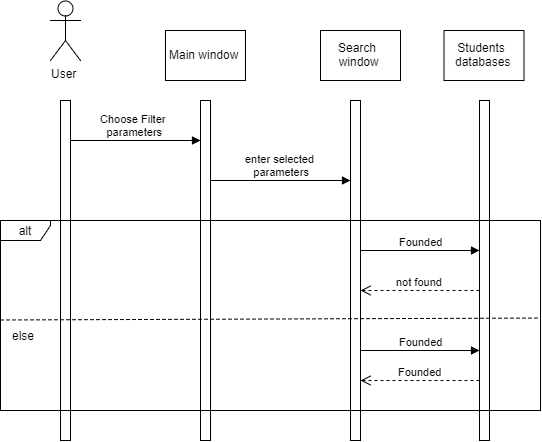
Before: docs/Diagramms/Sequence/sequence4.png, a diagram exported from draw.io (DanyaHDanny/UniversityFacemash). Source tidied: cells renumbered, new cells last; positions are measured from the earlier drawing's top-left corner, leaving out a move shared by most shapes. Source of this version:
```xml
<mxGraphModel>
  <root>
    <mxCell id="0" />
    <mxCell id="1" parent="0" />
    <mxCell id="2" value="User&lt;br&gt;" style="shape=umlActor;verticalLabelPosition=bottom;labelBackgroundColor=#ffffff;verticalAlign=top;html=1;" parent="1" vertex="1">
      <mxGeometry x="50" width="30" height="60" as="geometry" />
    </mxCell>
    <mxCell id="3" style="html=1;perimeter=orthogonalPerimeter;" parent="1" vertex="1">
      <mxGeometry x="60" y="100" width="10" height="340" as="geometry" />
    </mxCell>
    <mxCell id="4" value="Main window" style="html=1;" parent="1" vertex="1">
      <mxGeometry x="165" y="30" width="80" height="50" as="geometry" />
    </mxCell>
    <mxCell id="5" style="html=1;points=[];perimeter=orthogonalPerimeter;" parent="1" vertex="1">
      <mxGeometry x="200" y="100" width="10" height="340" as="geometry" />
    </mxCell>
    <mxCell id="6" value="Choose Filter &lt;br&gt;parameters" style="html=1;verticalAlign=bottom;endArrow=block;" parent="1" edge="1" target="5">
      <mxGeometry relative="1" as="geometry">
        <mxPoint x="70" y="140" as="sourcePoint" />
      </mxGeometry>
    </mxCell>
    <mxCell id="7" value="Search&amp;nbsp;&lt;br&gt;window&lt;br&gt;" style="html=1;" parent="1" vertex="1">
      <mxGeometry x="320" y="30" width="80" height="50" as="geometry" />
    </mxCell>
    <mxCell id="8" style="html=1;points=[];perimeter=orthogonalPerimeter;" parent="1" vertex="1">
      <mxGeometry x="350" y="100" width="10" height="340" as="geometry" />
    </mxCell>
    <mxCell id="9" value="enter selected &lt;br&gt;parameters" style="html=1;verticalAlign=bottom;endArrow=block;" parent="1" edge="1" target="8">
      <mxGeometry relative="1" as="geometry">
        <mxPoint x="210" y="180" as="sourcePoint" />
      </mxGeometry>
    </mxCell>
    <mxCell id="10" value="Students&amp;nbsp;&lt;br&gt;databases&lt;br&gt;" style="html=1;" parent="1" vertex="1">
      <mxGeometry x="443.5" y="30" width="80" height="50" as="geometry" />
    </mxCell>
    <mxCell id="11" style="html=1;points=[];perimeter=orthogonalPerimeter;" parent="1" vertex="1">
      <mxGeometry x="479" y="100" width="10" height="340" as="geometry" />
    </mxCell>
    <mxCell id="12" value="Founded" style="html=1;verticalAlign=bottom;endArrow=block;" parent="1" edge="1" target="11">
      <mxGeometry relative="1" as="geometry">
        <mxPoint x="360" y="350" as="sourcePoint" />
      </mxGeometry>
    </mxCell>
    <mxCell id="13" value="alt&lt;br&gt;" style="shape=umlFrame;whiteSpace=wrap;html=1;width=50;height=20;" parent="1" vertex="1">
      <mxGeometry y="220" width="540" height="190" as="geometry" />
    </mxCell>
    <mxCell id="14" style="endArrow=none;dashed=1;html=1;entryX=1;entryY=0.516;entryDx=0;entryDy=0;entryPerimeter=0;" parent="1" edge="1" target="13">
      <mxGeometry relative="1" as="geometry">
        <mxPoint y="319.5" as="sourcePoint" />
      </mxGeometry>
    </mxCell>
    <mxCell id="15" value="Founded" style="html=1;verticalAlign=bottom;endArrow=block;" parent="1" edge="1" target="11">
      <mxGeometry relative="1" as="geometry">
        <mxPoint x="360" y="250" as="sourcePoint" />
      </mxGeometry>
    </mxCell>
    <mxCell id="16" value="not found" style="html=1;verticalAlign=bottom;endArrow=open;dashed=1;endSize=8;" parent="1" edge="1" target="8">
      <mxGeometry relative="1" as="geometry">
        <mxPoint x="479" y="290" as="sourcePoint" />
      </mxGeometry>
    </mxCell>
    <mxCell id="17" value="else" style="text;html=1;align=left;verticalAlign=top;spacingTop=-4;" parent="1" vertex="1">
      <mxGeometry x="10" y="326" width="40" height="20" as="geometry" />
    </mxCell>
    <mxCell id="18" value="Founded" style="html=1;verticalAlign=bottom;endArrow=open;dashed=1;endSize=8;" parent="1" edge="1" target="8">
      <mxGeometry relative="1" as="geometry">
        <mxPoint x="479" y="380" as="sourcePoint" />
      </mxGeometry>
    </mxCell>
  </root>
</mxGraphModel>
```
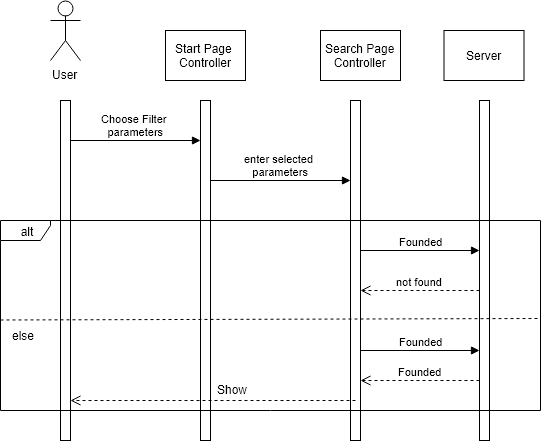
The same file after the commit.

What changed in the source:
```diff
@@ -8,7 +8,7 @@
     <mxCell id="3" style="html=1;perimeter=orthogonalPerimeter;" parent="1" vertex="1">
       <mxGeometry x="60" y="100" width="10" height="340" as="geometry" />
     </mxCell>
-    <mxCell id="4" value="Main window" style="html=1;" parent="1" vertex="1">
+    <mxCell id="4" value="Start Page&amp;nbsp;&lt;br&gt;Controller&lt;br&gt;" style="html=1;" parent="1" vertex="1">
       <mxGeometry x="165" y="30" width="80" height="50" as="geometry" />
     </mxCell>
     <mxCell id="5" style="html=1;points=[];perimeter=orthogonalPerimeter;" parent="1" vertex="1">
@@ -19,7 +19,7 @@
         <mxPoint x="70" y="140" as="sourcePoint" />
       </mxGeometry>
     </mxCell>
-    <mxCell id="7" value="Search&amp;nbsp;&lt;br&gt;window&lt;br&gt;" style="html=1;" parent="1" vertex="1">
+    <mxCell id="7" value="Search Page&lt;br&gt;Controller&lt;br&gt;" style="html=1;" parent="1" vertex="1">
       <mxGeometry x="320" y="30" width="80" height="50" as="geometry" />
     </mxCell>
     <mxCell id="8" style="html=1;points=[];perimeter=orthogonalPerimeter;" parent="1" vertex="1">
@@ -30,7 +30,7 @@
         <mxPoint x="210" y="180" as="sourcePoint" />
       </mxGeometry>
     </mxCell>
-    <mxCell id="10" value="Students&amp;nbsp;&lt;br&gt;databases&lt;br&gt;" style="html=1;" parent="1" vertex="1">
+    <mxCell id="10" value="Server&lt;br&gt;" style="html=1;" parent="1" vertex="1">
       <mxGeometry x="443.5" y="30" width="80" height="50" as="geometry" />
     </mxCell>
     <mxCell id="11" style="html=1;points=[];perimeter=orthogonalPerimeter;" parent="1" vertex="1">
@@ -67,5 +67,14 @@
         <mxPoint x="479" y="380" as="sourcePoint" />
       </mxGeometry>
     </mxCell>
+    <mxCell id="19" style="html=1;verticalAlign=bottom;endArrow=open;dashed=1;endSize=8;" parent="1" edge="1">
+      <mxGeometry relative="1" as="geometry">
+        <mxPoint x="355" y="400" as="sourcePoint" />
+        <mxPoint x="70" y="400" as="targetPoint" />
+      </mxGeometry>
+    </mxCell>
+    <mxCell id="20" value="Show" style="text;html=1;align=left;verticalAlign=top;spacingTop=-4;" parent="1" vertex="1">
+      <mxGeometry x="215" y="380" width="50" height="20" as="geometry" />
+    </mxCell>
   </root>
 </mxGraphModel>
```
